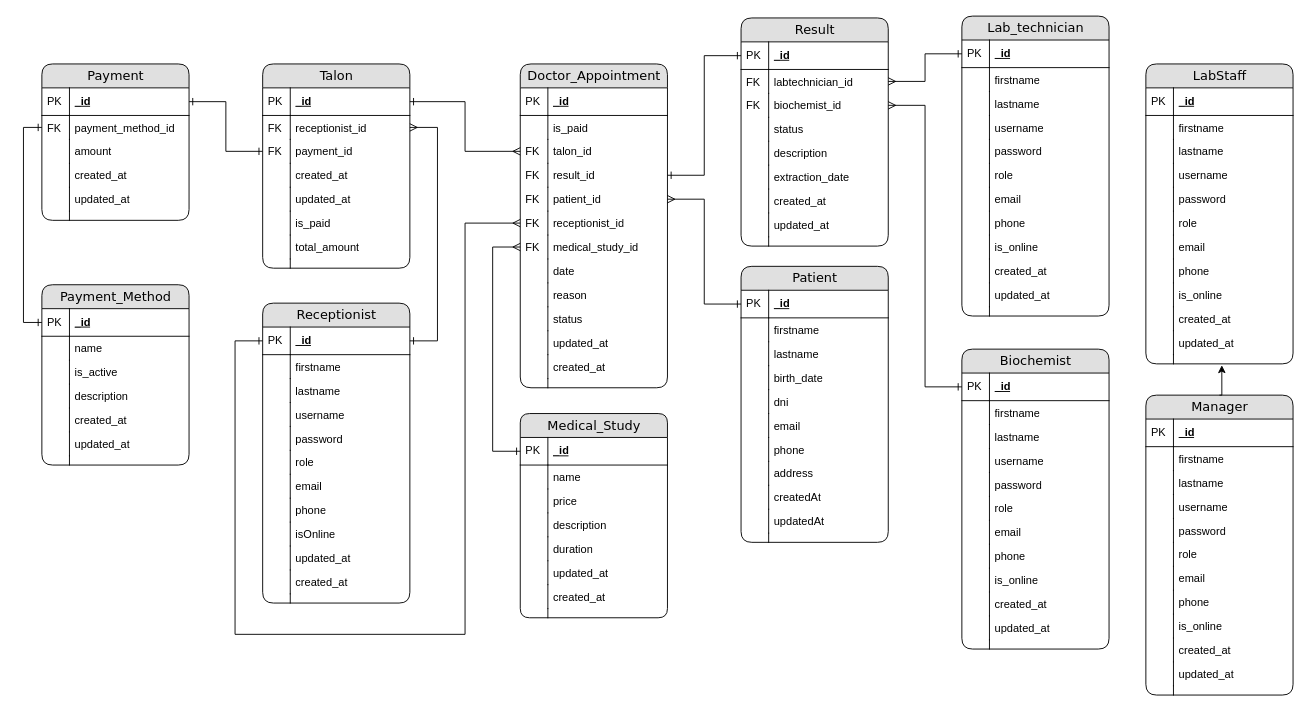
This is driagrama entidad relacion.drawio from EmanuelRigo/lab-patient-system, a draw.io file, before an edit. Source tidied: cells renumbered, new cells numbered last; positions are measured from the earlier drawing's top-left corner, leaving out a move shared by most shapes. Both pictures are drawn from the tidied source at 92%, with x=0, y=0 at pixel (41, 16).
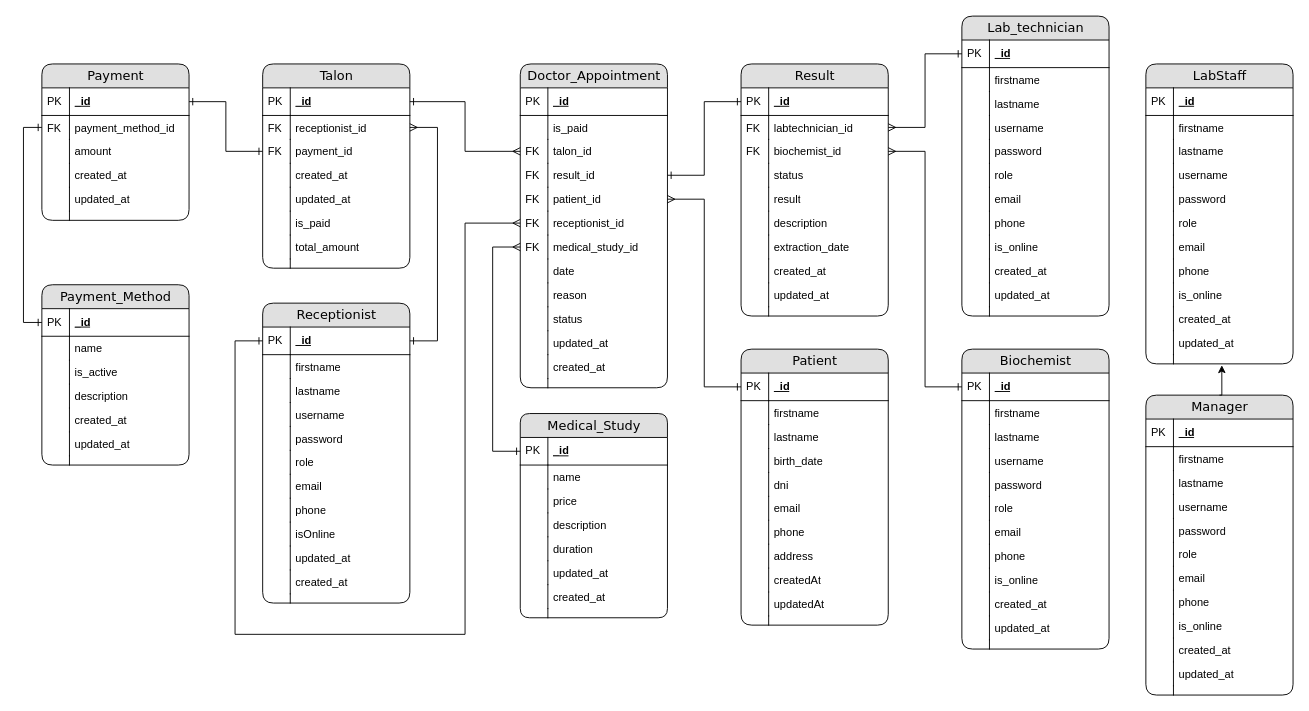
The same page after the edit.

Change to the diagram source:
```diff
@@
     <mxCell id="144" value="Patient" style="swimlane;html=1;fontStyle=0;horizontal=1;startSize=26;fillColor=#e0e0e0;swimlaneFillColor=#ffffff;align=center;rounded=1;shadow=0;comic=0;labelBackgroundColor=none;strokeWidth=1;fontFamily=Verdana;fontSize=14;gradientColor=none;" parent="1" vertex="1">
-      <mxGeometry x="760" y="272" width="160" height="300" as="geometry" />
+      <mxGeometry x="760" y="362" width="160" height="300" as="geometry" />
     </mxCell>
@@
     <mxCell id="180" value="Result" style="swimlane;html=1;fontStyle=0;horizontal=1;startSize=26;fillColor=#e0e0e0;swimlaneFillColor=#ffffff;align=center;rounded=1;shadow=0;comic=0;labelBackgroundColor=none;strokeWidth=1;fontFamily=Verdana;fontSize=14;gradientColor=none;" parent="1" vertex="1">
-      <mxGeometry x="760" y="2" width="160" height="248" as="geometry" />
+      <mxGeometry x="760" y="52" width="160" height="274" as="geometry" />
     </mxCell>
@@
+    <mxCell id="269" value="result" style="shape=partialRectangle;top=0;left=0;right=0;bottom=0;html=1;align=left;verticalAlign=top;fillColor=none;spacingLeft=34;spacingRight=4;whiteSpace=wrap;overflow=hidden;" parent="180" vertex="1">
+      <mxGeometry y="134" width="160" height="26" as="geometry" />
+    </mxCell>
+    <mxCell id="270" style="shape=partialRectangle;top=0;left=0;bottom=0;html=1;fillColor=none;align=left;verticalAlign=top;spacingLeft=4;spacingRight=4;whiteSpace=wrap;overflow=hidden;" parent="269" vertex="1">
+      <mxGeometry width="30" height="26" as="geometry" />
+    </mxCell>
     <mxCell id="189" value="description" style="shape=partialRectangle;top=0;left=0;right=0;bottom=0;html=1;align=left;verticalAlign=top;fillColor=none;spacingLeft=34;spacingRight=4;whiteSpace=wrap;overflow=hidden;" parent="180" vertex="1">
-      <mxGeometry y="134" width="160" height="26" as="geometry" />
+      <mxGeometry y="160" width="160" height="26" as="geometry" />
     </mxCell>
@@
     <mxCell id="191" value="extraction_date" style="shape=partialRectangle;top=0;left=0;right=0;bottom=0;html=1;align=left;verticalAlign=top;fillColor=none;spacingLeft=34;spacingRight=4;whiteSpace=wrap;overflow=hidden;" parent="180" vertex="1">
-      <mxGeometry y="160" width="160" height="26" as="geometry" />
+      <mxGeometry y="186" width="160" height="26" as="geometry" />
     </mxCell>
@@
     <mxCell id="193" value="created_at" style="shape=partialRectangle;top=0;left=0;right=0;bottom=0;html=1;align=left;verticalAlign=top;fillColor=none;spacingLeft=34;spacingRight=4;whiteSpace=wrap;overflow=hidden;" parent="180" vertex="1">
-      <mxGeometry y="186" width="160" height="26" as="geometry" />
+      <mxGeometry y="212" width="160" height="26" as="geometry" />
     </mxCell>
@@
     <mxCell id="195" value="updated_at" style="shape=partialRectangle;top=0;left=0;right=0;bottom=0;html=1;align=left;verticalAlign=top;fillColor=none;spacingLeft=34;spacingRight=4;whiteSpace=wrap;overflow=hidden;" parent="180" vertex="1">
-      <mxGeometry y="212" width="160" height="26" as="geometry" />
+      <mxGeometry y="238" width="160" height="26" as="geometry" />
     </mxCell>
@@
     <mxCell id="197" style="shape=partialRectangle;top=0;left=0;right=0;bottom=0;html=1;align=left;verticalAlign=top;fillColor=none;spacingLeft=34;spacingRight=4;whiteSpace=wrap;overflow=hidden;" parent="180" vertex="1">
-      <mxGeometry y="238" width="160" height="10" as="geometry" />
+      <mxGeometry y="264" width="160" height="10" as="geometry" />
     </mxCell>
```
